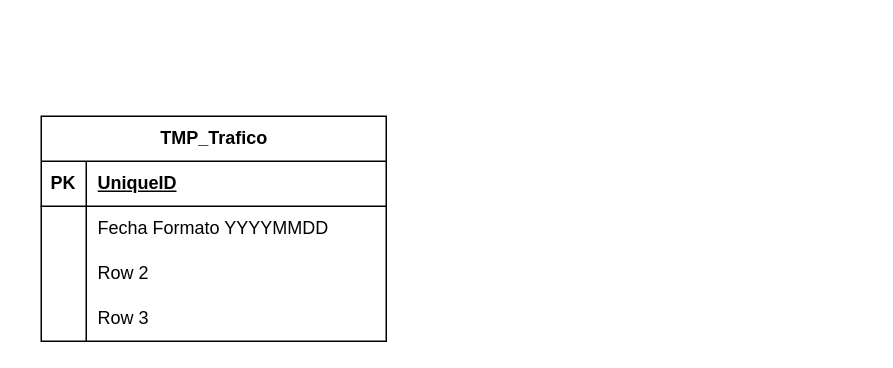
The draw.io diagram TDP_BI_TRAFICO_MOV.drawio in Julio9377/Julio9377, before the edit. Source tidied: cells renumbered, new cells numbered last; positions are measured from the earlier drawing's top-left corner, leaving out a move shared by most shapes. Both pictures are drawn from the tidied source at 150%, with x=0, y=0 at pixel (40, 116).
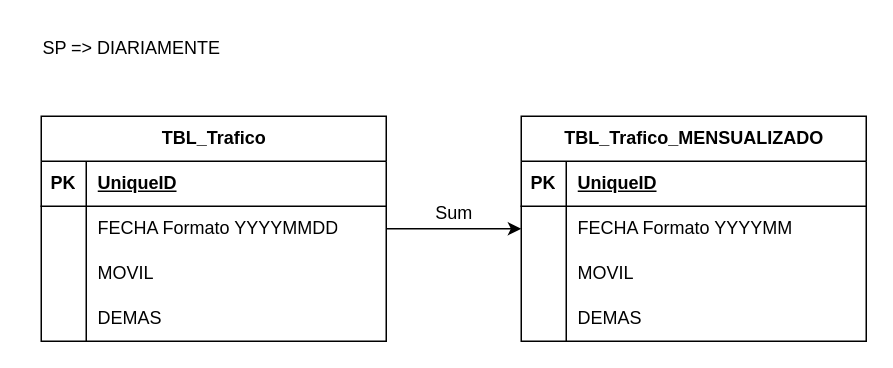
The same page after the edit.

The change refers to these unchanged cells:
```xml
<mxCell id="6" style="shape=tableRow;horizontal=0;startSize=0;swimlaneHead=0;swimlaneBody=0;fillColor=none;points=[[0,0.5],[1,0.5]];portConstraint=eastwest;top=0;left=0;right=0;bottom=0;" parent="2" vertex="1">
  <mxGeometry y="60" width="230" height="30" as="geometry" />
</mxCell>
<mxCell id="9" style="shape=tableRow;horizontal=0;startSize=0;swimlaneHead=0;swimlaneBody=0;fillColor=none;top=0;left=0;right=0;bottom=0;" parent="2" vertex="1">
  <mxGeometry y="90" width="230" height="30" as="geometry" />
</mxCell>
<mxCell id="12" style="shape=tableRow;horizontal=0;startSize=0;swimlaneHead=0;swimlaneBody=0;fillColor=none;top=0;left=0;right=0;bottom=0;" parent="2" vertex="1">
  <mxGeometry y="120" width="230" height="30" as="geometry" />
</mxCell>
```

Diff of the diagram source:
```diff
@@
-    <mxCell id="2" value="TMP_Trafico" style="shape=table;startSize=30;childLayout=tableLayout;rowLines=0;fontStyle=1;align=center;html=1;" parent="1" vertex="1">
+    <mxCell id="2" value="TBL_Trafico" style="shape=table;startSize=30;childLayout=tableLayout;rowLines=0;fontStyle=1;align=center;html=1;" parent="1" vertex="1">
       <mxGeometry width="230" height="150" as="geometry" />
     </mxCell>
@@
-    <mxCell id="8" value="Fecha Formato YYYYMMDD" style="shape=partialRectangle;fillColor=none;top=0;left=0;bottom=0;right=0;align=left;spacingLeft=6;overflow=hidden;whiteSpace=wrap;html=1;" parent="6" vertex="1">
+    <mxCell id="8" value="FECHA Formato YYYYMMDD" style="shape=partialRectangle;fillColor=none;top=0;left=0;bottom=0;right=0;align=left;spacingLeft=6;overflow=hidden;whiteSpace=wrap;html=1;" parent="6" vertex="1">
       <mxGeometry x="30" width="200" height="30" as="geometry" />
     </mxCell>
@@
-    <mxCell id="11" value="Row 2" style="shape=partialRectangle;fillColor=none;top=0;left=0;bottom=0;right=0;align=left;spacingLeft=6;overflow=hidden;whiteSpace=wrap;html=1;" parent="9" vertex="1">
+    <mxCell id="11" value="MOVIL" style="shape=partialRectangle;fillColor=none;top=0;left=0;bottom=0;right=0;align=left;spacingLeft=6;overflow=hidden;whiteSpace=wrap;html=1;" parent="9" vertex="1">
       <mxGeometry x="30" width="200" height="30" as="geometry" />
     </mxCell>
@@
-    <mxCell id="14" value="Row 3" style="shape=partialRectangle;fillColor=none;top=0;left=0;bottom=0;right=0;align=left;spacingLeft=6;overflow=hidden;whiteSpace=wrap;html=1;" parent="12" vertex="1">
+    <mxCell id="14" value="DEMAS" style="shape=partialRectangle;fillColor=none;top=0;left=0;bottom=0;right=0;align=left;spacingLeft=6;overflow=hidden;whiteSpace=wrap;html=1;" parent="12" vertex="1">
       <mxGeometry x="30" width="200" height="30" as="geometry" />
     </mxCell>
+    <mxCell id="15" value="TBL_Trafico_MENSUALIZADO" style="shape=table;startSize=30;childLayout=tableLayout;rowLines=0;fontStyle=1;align=center;html=1;" parent="1" vertex="1">
+      <mxGeometry x="320" width="230" height="150" as="geometry" />
+    </mxCell>
+    <mxCell id="16" style="shape=tableRow;horizontal=0;startSize=0;swimlaneHead=0;swimlaneBody=0;fillColor=none;top=0;left=0;right=0;bottom=1;" parent="15" vertex="1">
+      <mxGeometry y="30" width="230" height="30" as="geometry" />
+    </mxCell>
+    <mxCell id="17" value="PK" style="shape=partialRectangle;fillColor=none;top=0;left=0;bottom=0;right=0;fontStyle=1;overflow=hidden;whiteSpace=wrap;html=1;" parent="16" vertex="1">
+      <mxGeometry width="30" height="30" as="geometry" />
+    </mxCell>
+    <mxCell id="18" value="UniqueID" style="shape=partialRectangle;fillColor=none;top=0;left=0;bottom=0;right=0;align=left;spacingLeft=6;fontStyle=5;overflow=hidden;whiteSpace=wrap;html=1;" parent="16" vertex="1">
+      <mxGeometry x="30" width="200" height="30" as="geometry" />
+    </mxCell>
+    <mxCell id="19" style="shape=tableRow;horizontal=0;startSize=0;swimlaneHead=0;swimlaneBody=0;fillColor=none;points=[[0,0.5],[1,0.5]];portConstraint=eastwest;top=0;left=0;right=0;bottom=0;" parent="15" vertex="1">
+      <mxGeometry y="60" width="230" height="30" as="geometry" />
+    </mxCell>
+    <mxCell id="20" style="shape=partialRectangle;fillColor=none;top=0;left=0;bottom=0;right=0;overflow=hidden;whiteSpace=wrap;html=1;" parent="19" vertex="1">
+      <mxGeometry width="30" height="30" as="geometry" />
+    </mxCell>
+    <mxCell id="21" value="FECHA Formato YYYYMM" style="shape=partialRectangle;fillColor=none;top=0;left=0;bottom=0;right=0;align=left;spacingLeft=6;overflow=hidden;whiteSpace=wrap;html=1;" parent="19" vertex="1">
+      <mxGeometry x="30" width="200" height="30" as="geometry" />
+    </mxCell>
+    <mxCell id="22" style="shape=tableRow;horizontal=0;startSize=0;swimlaneHead=0;swimlaneBody=0;fillColor=none;top=0;left=0;right=0;bottom=0;" parent="15" vertex="1">
+      <mxGeometry y="90" width="230" height="30" as="geometry" />
+    </mxCell>
+    <mxCell id="23" style="shape=partialRectangle;fillColor=none;top=0;left=0;bottom=0;right=0;overflow=hidden;whiteSpace=wrap;html=1;" parent="22" vertex="1">
+      <mxGeometry width="30" height="30" as="geometry" />
+    </mxCell>
+    <mxCell id="24" value="MOVIL" style="shape=partialRectangle;fillColor=none;top=0;left=0;bottom=0;right=0;align=left;spacingLeft=6;overflow=hidden;whiteSpace=wrap;html=1;" parent="22" vertex="1">
+      <mxGeometry x="30" width="200" height="30" as="geometry" />
+    </mxCell>
+    <mxCell id="25" style="shape=tableRow;horizontal=0;startSize=0;swimlaneHead=0;swimlaneBody=0;fillColor=none;top=0;left=0;right=0;bottom=0;" parent="15" vertex="1">
+      <mxGeometry y="120" width="230" height="30" as="geometry" />
+    </mxCell>
+    <mxCell id="26" style="shape=partialRectangle;fillColor=none;top=0;left=0;bottom=0;right=0;overflow=hidden;whiteSpace=wrap;html=1;" parent="25" vertex="1">
+      <mxGeometry width="30" height="30" as="geometry" />
+    </mxCell>
+    <mxCell id="27" value="DEMAS" style="shape=partialRectangle;fillColor=none;top=0;left=0;bottom=0;right=0;align=left;spacingLeft=6;overflow=hidden;whiteSpace=wrap;html=1;" parent="25" vertex="1">
+      <mxGeometry x="30" width="200" height="30" as="geometry" />
+    </mxCell>
+    <mxCell id="28" style="edgeStyle=orthogonalEdgeStyle;rounded=0;jettySize=auto;html=1;" parent="1" edge="1" source="6" target="19">
+      <mxGeometry relative="1" as="geometry" />
+    </mxCell>
+    <mxCell id="29" value="Sum" style="text;html=1;align=center;verticalAlign=middle;strokeColor=none;fillColor=none;" parent="1" vertex="1">
+      <mxGeometry x="250" y="50" width="50" height="30" as="geometry" />
+    </mxCell>
+    <mxCell id="30" value="SP =&amp;gt; DIARIAMENTE" style="text;html=1;align=center;verticalAlign=middle;strokeColor=none;fillColor=none;" parent="1" vertex="1">
+      <mxGeometry x="-10" y="-60" width="140" height="30" as="geometry" />
+    </mxCell>
```
